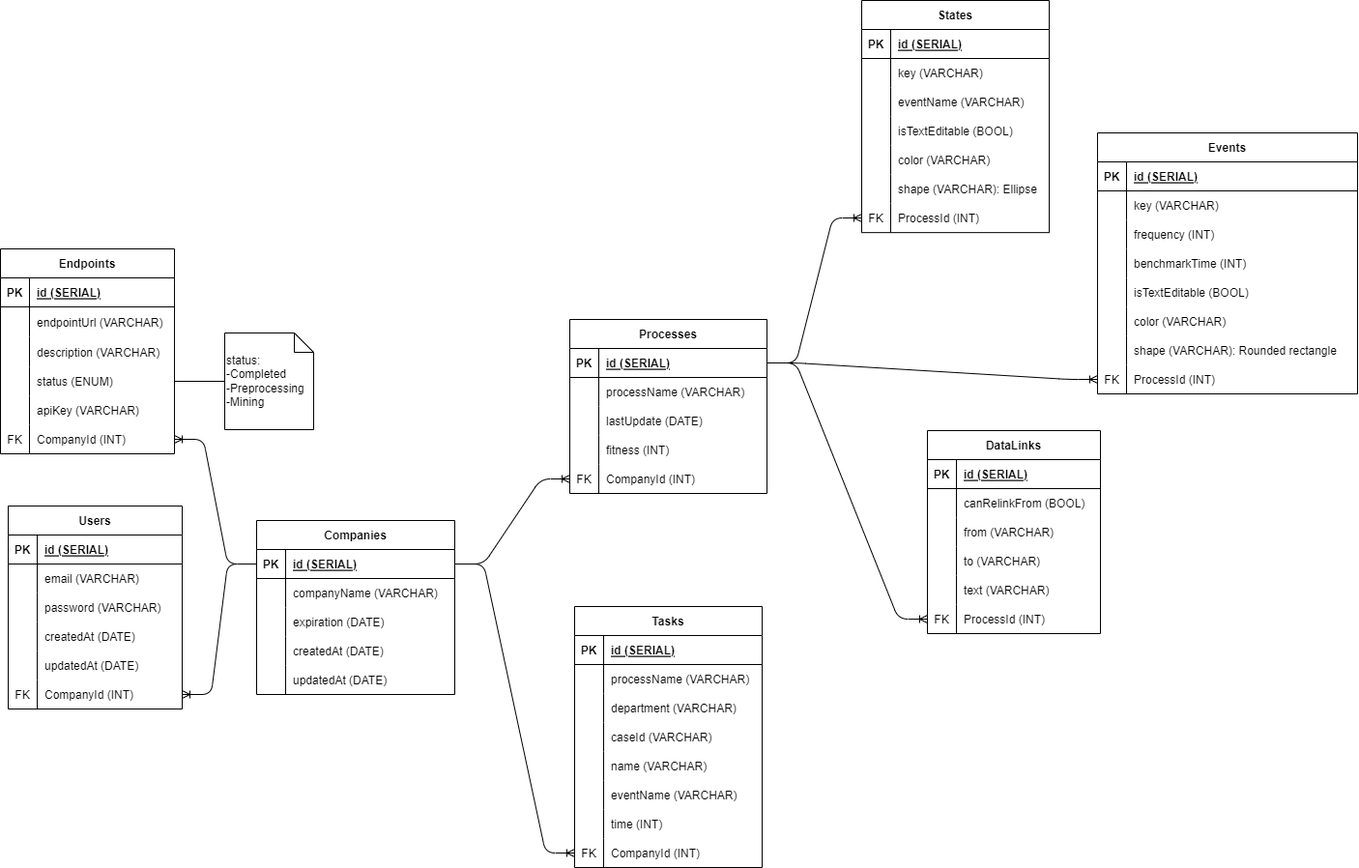
Earlier version of the draw.io export docs/ERD.drawio.png (Alexwilliam112/synapse). Source tidied: cells renumbered, new cells last; positions are measured from the earlier drawing's top-left corner, leaving out a move shared by most shapes.
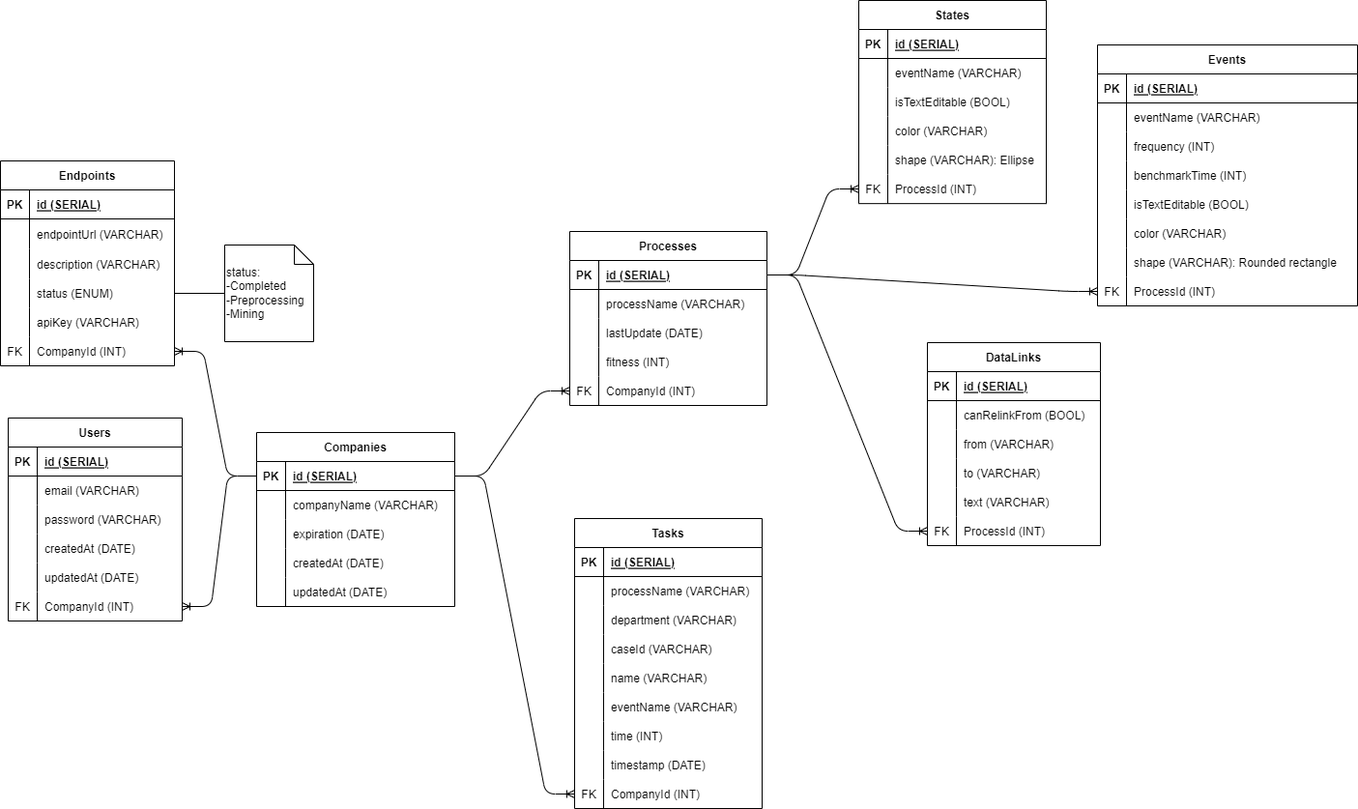
The same file after the commit.

What changed in the source:
```diff
@@ -159,7 +159,7 @@
       <mxGeometry x="30" width="174" height="30" as="geometry" />
     </mxCell>
     <mxCell id="54" value="States" style="shape=table;startSize=30;rowLines=0;fontStyle=1;align=center;" parent="1" vertex="1">
-      <mxGeometry x="891" width="194" height="240.2" as="geometry" />
+      <mxGeometry x="888" y="91" width="194" height="210.2" as="geometry" />
     </mxCell>
     <mxCell id="55" style="shape=tableRow;horizontal=0;startSize=0;swimlaneHead=0;swimlaneBody=0;fillColor=none;top=0;left=0;right=0;bottom=1;" parent="54" vertex="1">
       <mxGeometry y="30" width="194" height="30" as="geometry" />
@@ -170,17 +170,8 @@
     <mxCell id="57" value="id (SERIAL)" style="shape=partialRectangle;fillColor=none;top=0;left=0;bottom=0;right=0;align=left;spacingLeft=6;fontStyle=5;overflow=hidden;" parent="55" vertex="1">
       <mxGeometry x="30" width="164" height="30" as="geometry" />
     </mxCell>
-    <mxCell id="58" style="shape=tableRow;horizontal=0;startSize=0;swimlaneHead=0;swimlaneBody=0;fillColor=none;top=0;left=0;right=0;bottom=0;" parent="54" vertex="1">
-      <mxGeometry y="60" width="194" height="30" as="geometry" />
-    </mxCell>
-    <mxCell id="59" style="shape=partialRectangle;fillColor=none;top=0;left=0;bottom=0;right=0;overflow=hidden;" parent="58" vertex="1">
-      <mxGeometry width="30" height="30" as="geometry" />
-    </mxCell>
-    <mxCell id="60" value="key (VARCHAR)" style="shape=partialRectangle;fillColor=none;top=0;left=0;bottom=0;right=0;align=left;spacingLeft=6;overflow=hidden;" parent="58" vertex="1">
-      <mxGeometry x="30" width="164" height="30" as="geometry" />
-    </mxCell>
     <mxCell id="61" style="shape=tableRow;horizontal=0;startSize=0;swimlaneHead=0;swimlaneBody=0;fillColor=none;top=0;left=0;right=0;bottom=0;" parent="54" vertex="1">
-      <mxGeometry y="90" width="194" height="30" as="geometry" />
+      <mxGeometry y="60" width="194" height="30" as="geometry" />
     </mxCell>
     <mxCell id="62" style="shape=partialRectangle;fillColor=none;top=0;left=0;bottom=0;right=0;overflow=hidden;" parent="61" vertex="1">
       <mxGeometry width="30" height="30" as="geometry" />
@@ -189,7 +180,7 @@
       <mxGeometry x="30" width="164" height="30" as="geometry" />
     </mxCell>
     <mxCell id="64" style="shape=tableRow;horizontal=0;startSize=0;swimlaneHead=0;swimlaneBody=0;fillColor=none;top=0;left=0;right=0;bottom=0;" parent="54" vertex="1">
-      <mxGeometry y="120" width="194" height="30" as="geometry" />
+      <mxGeometry y="90" width="194" height="30" as="geometry" />
     </mxCell>
     <mxCell id="65" style="shape=partialRectangle;fillColor=none;top=0;left=0;bottom=0;right=0;overflow=hidden;" parent="64" vertex="1">
       <mxGeometry width="30" height="30" as="geometry" />
@@ -198,7 +189,7 @@
       <mxGeometry x="30" width="164" height="30" as="geometry" />
     </mxCell>
     <mxCell id="67" style="shape=tableRow;horizontal=0;startSize=0;swimlaneHead=0;swimlaneBody=0;fillColor=none;top=0;left=0;right=0;bottom=0;" parent="54" vertex="1">
-      <mxGeometry y="150" width="194" height="30" as="geometry" />
+      <mxGeometry y="120" width="194" height="30" as="geometry" />
     </mxCell>
     <mxCell id="68" style="shape=partialRectangle;fillColor=none;top=0;left=0;bottom=0;right=0;overflow=hidden;" parent="67" vertex="1">
       <mxGeometry width="30" height="30" as="geometry" />
@@ -207,7 +198,7 @@
       <mxGeometry x="30" width="164" height="30" as="geometry" />
     </mxCell>
     <mxCell id="70" style="shape=tableRow;horizontal=0;startSize=0;swimlaneHead=0;swimlaneBody=0;fillColor=none;top=0;left=0;right=0;bottom=0;" parent="54" vertex="1">
-      <mxGeometry y="180" width="194" height="30" as="geometry" />
+      <mxGeometry y="150" width="194" height="30" as="geometry" />
     </mxCell>
     <mxCell id="71" style="shape=partialRectangle;fillColor=none;top=0;left=0;bottom=0;right=0;overflow=hidden;" parent="70" vertex="1">
       <mxGeometry width="30" height="30" as="geometry" />
@@ -216,7 +207,7 @@
       <mxGeometry x="30" width="164" height="30" as="geometry" />
     </mxCell>
     <mxCell id="73" style="shape=tableRow;horizontal=0;startSize=0;swimlaneHead=0;swimlaneBody=0;fillColor=none;points=[[0,0.5],[1,0.5]];portConstraint=eastwest;top=0;left=0;right=0;bottom=0;" parent="54" vertex="1">
-      <mxGeometry y="210" width="194" height="30" as="geometry" />
+      <mxGeometry y="180" width="194" height="30" as="geometry" />
     </mxCell>
     <mxCell id="74" value="FK" style="shape=partialRectangle;fillColor=none;top=0;left=0;bottom=0;right=0;overflow=hidden;" parent="73" vertex="1">
       <mxGeometry width="30" height="30" as="geometry" />
@@ -245,7 +236,7 @@
     <mxCell id="82" style="shape=partialRectangle;fillColor=none;top=0;left=0;bottom=0;right=0;overflow=hidden;" parent="81" vertex="1">
       <mxGeometry width="30" height="30" as="geometry" />
     </mxCell>
-    <mxCell id="83" value="key (VARCHAR)" style="shape=partialRectangle;fillColor=none;top=0;left=0;bottom=0;right=0;align=left;spacingLeft=6;overflow=hidden;" parent="81" vertex="1">
+    <mxCell id="83" value="eventName (VARCHAR)" style="shape=partialRectangle;fillColor=none;top=0;left=0;bottom=0;right=0;align=left;spacingLeft=6;overflow=hidden;" parent="81" vertex="1">
       <mxGeometry x="30" width="239" height="30" as="geometry" />
     </mxCell>
     <mxCell id="84" style="shape=tableRow;horizontal=0;startSize=0;swimlaneHead=0;swimlaneBody=0;fillColor=none;top=0;left=0;right=0;bottom=0;" parent="77" vertex="1">
@@ -438,7 +429,7 @@
       <mxGeometry relative="1" as="geometry" />
     </mxCell>
     <mxCell id="147" value="Tasks" style="shape=table;startSize=30;rowLines=0;fontStyle=1;align=center;" parent="1" vertex="1">
-      <mxGeometry x="594" y="627" width="194" height="270" as="geometry" />
+      <mxGeometry x="594" y="627" width="194" height="300" as="geometry" />
     </mxCell>
     <mxCell id="148" style="shape=tableRow;horizontal=0;startSize=0;swimlaneHead=0;swimlaneBody=0;fillColor=none;top=0;left=0;right=0;bottom=1;" parent="147" vertex="1">
       <mxGeometry y="30" width="194" height="30" as="geometry" />
@@ -503,8 +494,17 @@
     <mxCell id="168" value="time (INT)" style="shape=partialRectangle;fillColor=none;top=0;left=0;bottom=0;right=0;align=left;spacingLeft=6;overflow=hidden;" parent="166" vertex="1">
       <mxGeometry x="30" width="164" height="30" as="geometry" />
     </mxCell>
+    <mxCell id="172" style="shape=tableRow;horizontal=0;startSize=0;swimlaneHead=0;swimlaneBody=0;fillColor=none;top=0;left=0;right=0;bottom=0;" parent="147" vertex="1">
+      <mxGeometry y="240" width="194" height="30" as="geometry" />
+    </mxCell>
+    <mxCell id="59" style="shape=partialRectangle;fillColor=none;top=0;left=0;bottom=0;right=0;overflow=hidden;" parent="172" vertex="1">
+      <mxGeometry width="30" height="30" as="geometry" />
+    </mxCell>
+    <mxCell id="173" value="timestamp (DATE)" style="shape=partialRectangle;fillColor=none;top=0;left=0;bottom=0;right=0;align=left;spacingLeft=6;overflow=hidden;" parent="172" vertex="1">
+      <mxGeometry x="30" width="164" height="30" as="geometry" />
+    </mxCell>
     <mxCell id="169" style="shape=tableRow;horizontal=0;startSize=0;swimlaneHead=0;swimlaneBody=0;fillColor=none;points=[[0,0.5],[1,0.5]];portConstraint=eastwest;top=0;left=0;right=0;bottom=0;" parent="147" vertex="1">
-      <mxGeometry y="240" width="194" height="30" as="geometry" />
+      <mxGeometry y="270" width="194" height="30" as="geometry" />
     </mxCell>
     <mxCell id="170" value="FK" style="shape=partialRectangle;fillColor=none;top=0;left=0;bottom=0;right=0;overflow=hidden;" parent="169" vertex="1">
       <mxGeometry width="30" height="30" as="geometry" />
```
